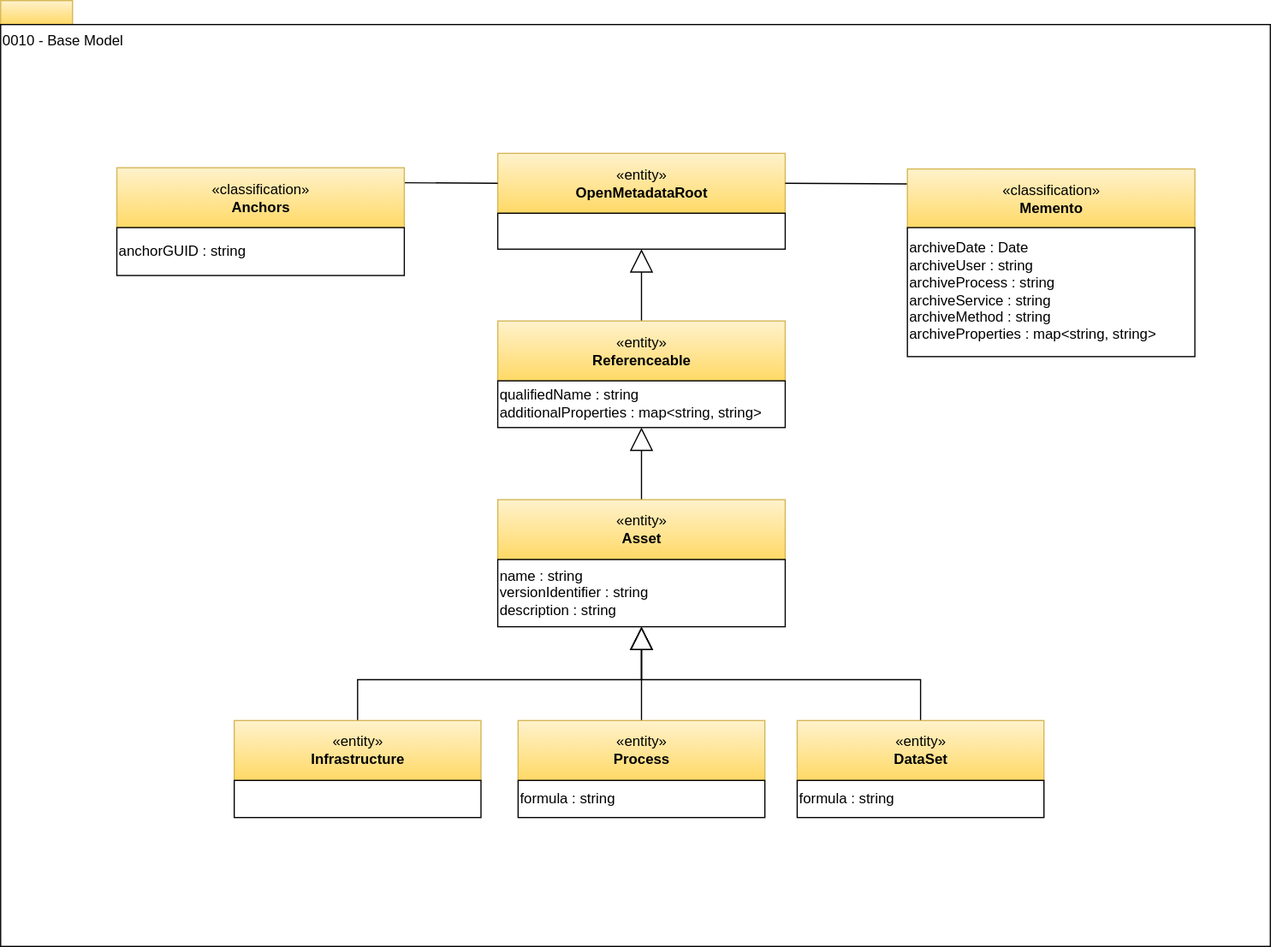
Above: site/docs/types/0/0010-Base-Model.svg in odpi/egeria-docs (draw.io), before the change. Source tidied: cells renumbered, new cells last; positions are measured from the earlier drawing's top-left corner, leaving out a move shared by most shapes.
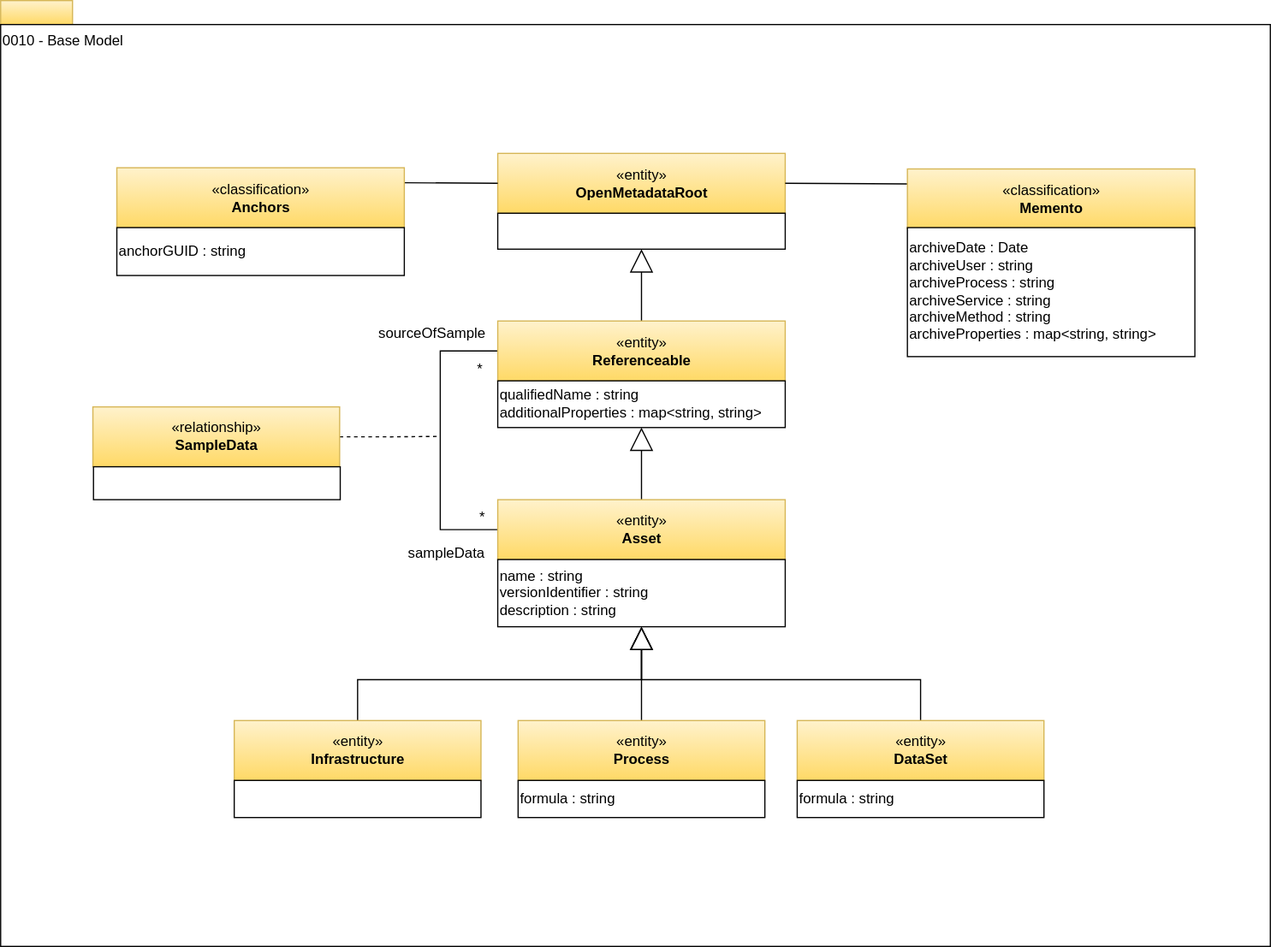
The same diagram one commit later.

What changed in the source:
```diff
@@ -3,79 +3,110 @@
     <mxCell id="0" />
     <mxCell id="1" parent="0" />
     <mxCell id="2" style="rounded=0;whiteSpace=wrap;html=1;align=left;fillColor=#fff2cc;strokeColor=#d6b656;gradientColor=#ffd966;" parent="1" vertex="1">
-      <mxGeometry width="60" height="20" as="geometry" />
+      <mxGeometry y="50" width="60" height="20" as="geometry" />
     </mxCell>
     <mxCell id="3" value="0010 - Base Model" style="rounded=0;whiteSpace=wrap;html=1;align=left;verticalAlign=top;" parent="1" vertex="1">
-      <mxGeometry y="20" width="1060" height="770" as="geometry" />
+      <mxGeometry y="70" width="1060" height="770" as="geometry" />
     </mxCell>
-    <mxCell id="4" style="edgeStyle=orthogonalEdgeStyle;rounded=0;jettySize=auto;html=1;exitX=0.5;exitY=0;exitDx=0;exitDy=0;entryX=0.5;entryY=1;entryDx=0;entryDy=0;endArrow=block;endFill=0;endSize=17;" parent="1" edge="1" source="5" target="20">
+    <mxCell id="4" style="edgeStyle=orthogonalEdgeStyle;rounded=0;jettySize=auto;html=1;exitX=0.5;exitY=0;exitDx=0;exitDy=0;entryX=0.5;entryY=1;entryDx=0;entryDy=0;endArrow=block;endFill=0;endSize=17;" parent="1" edge="1" source="6" target="21">
       <mxGeometry relative="1" as="geometry" />
     </mxCell>
-    <mxCell id="5" value="«entity»&lt;br&gt;&lt;b&gt;Referenceable&lt;/b&gt;" style="html=1;strokeColor=#d6b656;align=center;fillColor=#fff2cc;gradientColor=#ffd966;" parent="1" vertex="1">
-      <mxGeometry x="415" y="267.6" width="240" height="50" as="geometry" />
+    <mxCell id="5" style="edgeStyle=orthogonalEdgeStyle;rounded=0;jettySize=auto;html=1;exitX=0;exitY=0.5;exitDx=0;exitDy=0;entryX=0;entryY=0.5;entryDx=0;entryDy=0;endArrow=none;endFill=0;" parent="1" edge="1" source="6" target="12">
+      <mxGeometry relative="1" as="geometry">
+        <Array as="points">
+          <mxPoint x="367" y="343" />
+          <mxPoint x="367" y="492" />
+        </Array>
+      </mxGeometry>
     </mxCell>
-    <mxCell id="6" style="edgeStyle=orthogonalEdgeStyle;rounded=0;jettySize=auto;html=1;exitX=0.5;exitY=0;exitDx=0;exitDy=0;endArrow=block;endFill=0;endSize=17;" parent="1" edge="1" source="7" target="12">
-      <mxGeometry relative="1" as="geometry" />
+    <mxCell id="6" value="«entity»&lt;br&gt;&lt;b&gt;Referenceable&lt;/b&gt;" style="html=1;strokeColor=#d6b656;align=center;fillColor=#fff2cc;gradientColor=#ffd966;" parent="1" vertex="1">
+      <mxGeometry x="415" y="317.6" width="240" height="50" as="geometry" />
     </mxCell>
-    <mxCell id="7" value="«entity»&lt;br&gt;&lt;b&gt;Infrastructure&lt;/b&gt;" style="html=1;strokeColor=#d6b656;align=center;fillColor=#fff2cc;gradientColor=#ffd966;" parent="1" vertex="1">
-      <mxGeometry x="195" y="601.4" width="206" height="50" as="geometry" />
+    <mxCell id="7" style="edgeStyle=orthogonalEdgeStyle;rounded=0;jettySize=auto;html=1;exitX=0.5;exitY=0;exitDx=0;exitDy=0;endArrow=block;endFill=0;endSize=17;" parent="1" edge="1" source="8" target="13">
+      <mxGeometry relative="1" as="geometry" />
     </mxCell>
-    <mxCell id="8" style="rounded=0;whiteSpace=wrap;html=1;strokeColor=#000000;gradientColor=#ffffff;align=center;" parent="1" vertex="1">
-      <mxGeometry x="195" y="651.4" width="206" height="31" as="geometry" />
+    <mxCell id="8" value="«entity»&lt;br&gt;&lt;b&gt;Infrastructure&lt;/b&gt;" style="html=1;strokeColor=#d6b656;align=center;fillColor=#fff2cc;gradientColor=#ffd966;" parent="1" vertex="1">
+      <mxGeometry x="195" y="651.4" width="206" height="50" as="geometry" />
     </mxCell>
-    <mxCell id="9" value="qualifiedName : string&lt;br&gt;additionalProperties : map&amp;lt;string, string&amp;gt;&lt;br&gt;&lt;div style=&quot;text-align: left&quot;&gt;&lt;/div&gt;" style="rounded=0;whiteSpace=wrap;html=1;strokeColor=#000000;gradientColor=#ffffff;align=left;" parent="1" vertex="1">
-      <mxGeometry x="415" y="317.6" width="240" height="39" as="geometry" />
+    <mxCell id="9" style="rounded=0;whiteSpace=wrap;html=1;strokeColor=#000000;gradientColor=#ffffff;align=center;" parent="1" vertex="1">
+      <mxGeometry x="195" y="701.4" width="206" height="31" as="geometry" />
     </mxCell>
-    <mxCell id="10" style="edgeStyle=orthogonalEdgeStyle;rounded=0;jettySize=auto;html=1;endArrow=block;endFill=0;endSize=17;" parent="1" edge="1" source="11" target="9">
-      <mxGeometry relative="1" as="geometry" />
+    <mxCell id="10" value="qualifiedName : string&lt;br&gt;additionalProperties : map&amp;lt;string, string&amp;gt;&lt;br&gt;&lt;div style=&quot;text-align: left&quot;&gt;&lt;/div&gt;" style="rounded=0;whiteSpace=wrap;html=1;strokeColor=#000000;gradientColor=#ffffff;align=left;" parent="1" vertex="1">
+      <mxGeometry x="415" y="367.6" width="240" height="39" as="geometry" />
     </mxCell>
-    <mxCell id="11" value="«entity»&lt;br&gt;&lt;b&gt;Asset&lt;/b&gt;" style="html=1;strokeColor=#d6b656;align=center;fillColor=#fff2cc;gradientColor=#ffd966;" parent="1" vertex="1">
-      <mxGeometry x="415" y="416.9" width="240" height="50" as="geometry" />
+    <mxCell id="11" style="edgeStyle=orthogonalEdgeStyle;rounded=0;jettySize=auto;html=1;endArrow=block;endFill=0;endSize=17;" parent="1" edge="1" source="12" target="10">
+      <mxGeometry relative="1" as="geometry" />
     </mxCell>
-    <mxCell id="12" value="name : string&lt;br&gt;versionIdentifier : string&lt;br&gt;description : string&lt;br&gt;&lt;div style=&quot;text-align: left&quot;&gt;&lt;/div&gt;" style="rounded=0;whiteSpace=wrap;html=1;strokeColor=#000000;gradientColor=#ffffff;align=left;" parent="1" vertex="1">
-      <mxGeometry x="415" y="466.9" width="240" height="56.1" as="geometry" />
+    <mxCell id="12" value="«entity»&lt;br&gt;&lt;b&gt;Asset&lt;/b&gt;" style="html=1;strokeColor=#d6b656;align=center;fillColor=#fff2cc;gradientColor=#ffd966;" parent="1" vertex="1">
+      <mxGeometry x="415" y="466.9" width="240" height="50" as="geometry" />
     </mxCell>
-    <mxCell id="13" style="edgeStyle=orthogonalEdgeStyle;rounded=0;jettySize=auto;html=1;exitX=0.5;exitY=0;exitDx=0;exitDy=0;endArrow=block;endFill=0;endSize=17;entryX=0.5;entryY=1;entryDx=0;entryDy=0;" parent="1" edge="1" source="14" target="12">
-      <mxGeometry relative="1" as="geometry" />
+    <mxCell id="13" value="name : string&lt;br&gt;versionIdentifier : string&lt;br&gt;description : string&lt;br&gt;&lt;div style=&quot;text-align: left&quot;&gt;&lt;/div&gt;" style="rounded=0;whiteSpace=wrap;html=1;strokeColor=#000000;gradientColor=#ffffff;align=left;" parent="1" vertex="1">
+      <mxGeometry x="415" y="516.9" width="240" height="56.1" as="geometry" />
     </mxCell>
-    <mxCell id="14" value="«entity»&lt;br&gt;&lt;b&gt;Process&lt;/b&gt;" style="html=1;strokeColor=#d6b656;align=center;fillColor=#fff2cc;gradientColor=#ffd966;" parent="1" vertex="1">
-      <mxGeometry x="432" y="601.4" width="206" height="50" as="geometry" />
+    <mxCell id="14" style="edgeStyle=orthogonalEdgeStyle;rounded=0;jettySize=auto;html=1;exitX=0.5;exitY=0;exitDx=0;exitDy=0;endArrow=block;endFill=0;endSize=17;entryX=0.5;entryY=1;entryDx=0;entryDy=0;" parent="1" edge="1" source="15" target="13">
+      <mxGeometry relative="1" as="geometry" />
     </mxCell>
-    <mxCell id="15" value="formula : string" style="rounded=0;whiteSpace=wrap;html=1;strokeColor=#000000;gradientColor=#ffffff;align=left;" parent="1" vertex="1">
-      <mxGeometry x="432" y="651.4" width="206" height="31" as="geometry" />
+    <mxCell id="15" value="«entity»&lt;br&gt;&lt;b&gt;Process&lt;/b&gt;" style="html=1;strokeColor=#d6b656;align=center;fillColor=#fff2cc;gradientColor=#ffd966;" parent="1" vertex="1">
+      <mxGeometry x="432" y="651.4" width="206" height="50" as="geometry" />
     </mxCell>
-    <mxCell id="16" style="edgeStyle=orthogonalEdgeStyle;rounded=0;jettySize=auto;html=1;exitX=0.5;exitY=0;exitDx=0;exitDy=0;endArrow=block;endFill=0;endSize=17;entryX=0.5;entryY=1;entryDx=0;entryDy=0;" parent="1" edge="1" source="17" target="12">
-      <mxGeometry relative="1" as="geometry" />
+    <mxCell id="16" value="formula : string" style="rounded=0;whiteSpace=wrap;html=1;strokeColor=#000000;gradientColor=#ffffff;align=left;" parent="1" vertex="1">
+      <mxGeometry x="432" y="701.4" width="206" height="31" as="geometry" />
     </mxCell>
-    <mxCell id="17" value="«entity»&lt;br&gt;&lt;b&gt;DataSet&lt;/b&gt;" style="html=1;strokeColor=#d6b656;align=center;fillColor=#fff2cc;gradientColor=#ffd966;" parent="1" vertex="1">
-      <mxGeometry x="665" y="601.4" width="206" height="50" as="geometry" />
+    <mxCell id="17" style="edgeStyle=orthogonalEdgeStyle;rounded=0;jettySize=auto;html=1;exitX=0.5;exitY=0;exitDx=0;exitDy=0;endArrow=block;endFill=0;endSize=17;entryX=0.5;entryY=1;entryDx=0;entryDy=0;" parent="1" edge="1" source="18" target="13">
+      <mxGeometry relative="1" as="geometry" />
     </mxCell>
-    <mxCell id="18" value="formula : string" style="rounded=0;whiteSpace=wrap;html=1;strokeColor=#000000;gradientColor=#ffffff;align=left;" parent="1" vertex="1">
-      <mxGeometry x="665" y="651.4" width="206" height="31" as="geometry" />
+    <mxCell id="18" value="«entity»&lt;br&gt;&lt;b&gt;DataSet&lt;/b&gt;" style="html=1;strokeColor=#d6b656;align=center;fillColor=#fff2cc;gradientColor=#ffd966;" parent="1" vertex="1">
+      <mxGeometry x="665" y="651.4" width="206" height="50" as="geometry" />
     </mxCell>
-    <mxCell id="19" value="«entity»&lt;br&gt;&lt;b&gt;OpenMetadataRoot&lt;/b&gt;" style="html=1;strokeColor=#d6b656;align=center;fillColor=#fff2cc;gradientColor=#ffd966;" parent="1" vertex="1">
-      <mxGeometry x="415" y="127.6" width="240" height="50" as="geometry" />
+    <mxCell id="19" value="formula : string" style="rounded=0;whiteSpace=wrap;html=1;strokeColor=#000000;gradientColor=#ffffff;align=left;" parent="1" vertex="1">
+      <mxGeometry x="665" y="701.4" width="206" height="31" as="geometry" />
     </mxCell>
-    <mxCell id="20" value="&lt;br&gt;&lt;div style=&quot;text-align: left&quot;&gt;&lt;/div&gt;" style="rounded=0;whiteSpace=wrap;html=1;strokeColor=#000000;gradientColor=#ffffff;align=left;" parent="1" vertex="1">
-      <mxGeometry x="415" y="177.6" width="240" height="30" as="geometry" />
+    <mxCell id="20" value="«entity»&lt;br&gt;&lt;b&gt;OpenMetadataRoot&lt;/b&gt;" style="html=1;strokeColor=#d6b656;align=center;fillColor=#fff2cc;gradientColor=#ffd966;" parent="1" vertex="1">
+      <mxGeometry x="415" y="177.6" width="240" height="50" as="geometry" />
     </mxCell>
-    <mxCell id="21" style="edgeStyle=none;rounded=0;jettySize=auto;html=1;exitX=1;exitY=0.25;exitDx=0;exitDy=0;entryX=0;entryY=0.5;entryDx=0;entryDy=0;endArrow=none;endFill=0;" parent="1" edge="1" source="22" target="19">
-      <mxGeometry relative="1" as="geometry" />
+    <mxCell id="21" value="&lt;br&gt;&lt;div style=&quot;text-align: left&quot;&gt;&lt;/div&gt;" style="rounded=0;whiteSpace=wrap;html=1;strokeColor=#000000;gradientColor=#ffffff;align=left;" parent="1" vertex="1">
+      <mxGeometry x="415" y="227.6" width="240" height="30" as="geometry" />
     </mxCell>
-    <mxCell id="22" value="«classification»&lt;br&gt;&lt;b&gt;Anchors&lt;/b&gt;" style="html=1;strokeColor=#d6b656;align=center;fillColor=#fff2cc;gradientColor=#ffd966;" parent="1" vertex="1">
-      <mxGeometry x="97" y="139.6" width="240" height="50" as="geometry" />
+    <mxCell id="22" style="edgeStyle=none;rounded=0;jettySize=auto;html=1;exitX=1;exitY=0.25;exitDx=0;exitDy=0;entryX=0;entryY=0.5;entryDx=0;entryDy=0;endArrow=none;endFill=0;" parent="1" edge="1" source="23" target="20">
+      <mxGeometry relative="1" as="geometry" />
     </mxCell>
-    <mxCell id="23" value="anchorGUID : string&lt;br&gt;&lt;div style=&quot;text-align: left&quot;&gt;&lt;/div&gt;" style="rounded=0;whiteSpace=wrap;html=1;strokeColor=#000000;gradientColor=#ffffff;align=left;" parent="1" vertex="1">
-      <mxGeometry x="97" y="189.6" width="240" height="40" as="geometry" />
+    <mxCell id="23" value="«classification»&lt;br&gt;&lt;b&gt;Anchors&lt;/b&gt;" style="html=1;strokeColor=#d6b656;align=center;fillColor=#fff2cc;gradientColor=#ffd966;" parent="1" vertex="1">
+      <mxGeometry x="97" y="189.6" width="240" height="50" as="geometry" />
     </mxCell>
-    <mxCell id="24" style="edgeStyle=none;rounded=0;jettySize=auto;html=1;exitX=0;exitY=0.25;exitDx=0;exitDy=0;entryX=1;entryY=0.5;entryDx=0;entryDy=0;endArrow=none;endFill=0;" parent="1" edge="1" source="25" target="19">
-      <mxGeometry relative="1" as="geometry" />
+    <mxCell id="24" value="anchorGUID : string&lt;br&gt;&lt;div style=&quot;text-align: left&quot;&gt;&lt;/div&gt;" style="rounded=0;whiteSpace=wrap;html=1;strokeColor=#000000;gradientColor=#ffffff;align=left;" parent="1" vertex="1">
+      <mxGeometry x="97" y="239.6" width="240" height="40" as="geometry" />
     </mxCell>
-    <mxCell id="25" value="«classification»&lt;br&gt;&lt;b&gt;Memento&lt;/b&gt;" style="html=1;strokeColor=#d6b656;align=center;fillColor=#fff2cc;gradientColor=#ffd966;" parent="1" vertex="1">
-      <mxGeometry x="757" y="140.6" width="240" height="50" as="geometry" />
+    <mxCell id="25" style="edgeStyle=none;rounded=0;jettySize=auto;html=1;exitX=0;exitY=0.25;exitDx=0;exitDy=0;entryX=1;entryY=0.5;entryDx=0;entryDy=0;endArrow=none;endFill=0;" parent="1" edge="1" source="26" target="20">
+      <mxGeometry relative="1" as="geometry" />
     </mxCell>
-    <mxCell id="26" value="archiveDate : Date&lt;br&gt;archiveUser : string&lt;br&gt;archiveProcess : string&lt;br&gt;archiveService : string&lt;br&gt;archiveMethod : string&lt;br&gt;archiveProperties : map&amp;lt;string, string&amp;gt;&lt;br&gt;&lt;div style=&quot;text-align: left&quot;&gt;&lt;/div&gt;" style="rounded=0;whiteSpace=wrap;html=1;strokeColor=#000000;gradientColor=#ffffff;align=left;" parent="1" vertex="1">
-      <mxGeometry x="757" y="189.6" width="240" height="107.8" as="geometry" />
+    <mxCell id="26" value="«classification»&lt;br&gt;&lt;b&gt;Memento&lt;/b&gt;" style="html=1;strokeColor=#d6b656;align=center;fillColor=#fff2cc;gradientColor=#ffd966;" parent="1" vertex="1">
+      <mxGeometry x="757" y="190.6" width="240" height="50" as="geometry" />
     </mxCell>
+    <mxCell id="27" value="archiveDate : Date&lt;br&gt;archiveUser : string&lt;br&gt;archiveProcess : string&lt;br&gt;archiveService : string&lt;br&gt;archiveMethod : string&lt;br&gt;archiveProperties : map&amp;lt;string, string&amp;gt;&lt;br&gt;&lt;div style=&quot;text-align: left&quot;&gt;&lt;/div&gt;" style="rounded=0;whiteSpace=wrap;html=1;strokeColor=#000000;gradientColor=#ffffff;align=left;" parent="1" vertex="1">
+      <mxGeometry x="757" y="239.6" width="240" height="107.8" as="geometry" />
+    </mxCell>
+    <mxCell id="28" style="edgeStyle=orthogonalEdgeStyle;rounded=0;html=1;exitX=1;exitY=0.5;dashed=1;endArrow=none;endFill=0;jettySize=auto;exitDx=0;exitDy=0;" parent="1" edge="1" source="29">
+      <mxGeometry relative="1" as="geometry">
+        <mxPoint x="367" y="414" as="targetPoint" />
+      </mxGeometry>
+    </mxCell>
+    <mxCell id="29" value="«relationship»&lt;br&gt;&lt;b&gt;SampleData&lt;/b&gt;" style="html=1;strokeColor=#d6b656;align=center;fillColor=#fff2cc;gradientColor=#ffd966;" parent="1" vertex="1">
+      <mxGeometry x="77" y="389.4" width="206" height="50" as="geometry" />
+    </mxCell>
+    <mxCell id="30" style="rounded=0;whiteSpace=wrap;html=1;strokeColor=#000000;gradientColor=#ffffff;align=left;" parent="1" vertex="1">
+      <mxGeometry x="77.5" y="439.4" width="206" height="27.5" as="geometry" />
+    </mxCell>
+    <mxCell id="31" value="*" style="text;html=1;align=center;verticalAlign=middle;strokeColor=none;fillColor=none;" parent="1" vertex="1">
+      <mxGeometry x="387" y="466.9" width="30" height="30" as="geometry" />
+    </mxCell>
+    <mxCell id="32" value="*" style="text;html=1;align=center;verticalAlign=middle;strokeColor=none;fillColor=none;" parent="1" vertex="1">
+      <mxGeometry x="385" y="343" width="30" height="30" as="geometry" />
+    </mxCell>
+    <mxCell id="33" value="sampleData" style="text;html=1;align=center;verticalAlign=middle;strokeColor=none;fillColor=none;" parent="1" vertex="1">
+      <mxGeometry x="327" y="496.9" width="90" height="30" as="geometry" />
+    </mxCell>
+    <mxCell id="34" value="sourceOfSample" style="text;html=1;align=center;verticalAlign=middle;strokeColor=none;fillColor=none;" parent="1" vertex="1">
+      <mxGeometry x="305" y="313" width="110" height="30" as="geometry" />
+    </mxCell>
   </root>
 </mxGraphModel>
```
